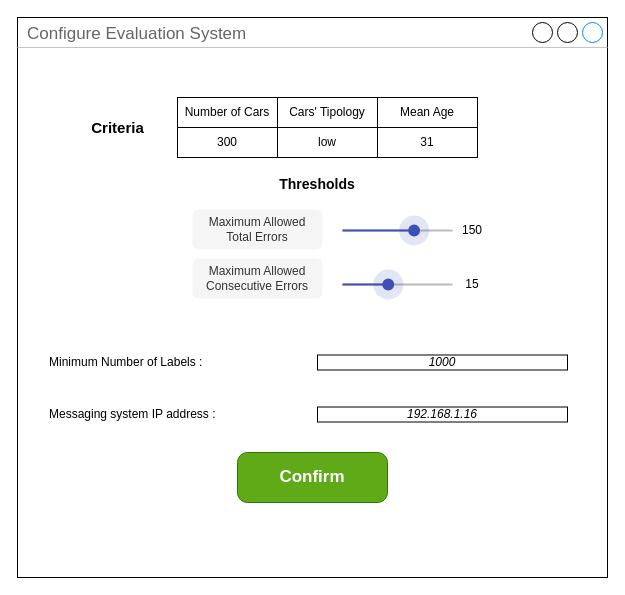
Earlier version of the draw.io diagram configure/evaluation system (JACO)/evaluation_system.drawio (BaffoBello14/AutomaticDamagesRecognition). Source tidied: cells renumbered, new cells numbered last; positions are measured from the earlier drawing's top-left corner, leaving out a move shared by most shapes. Both pictures are drawn from the tidied source at 100%, with x=0, y=0 at pixel (17, 17).
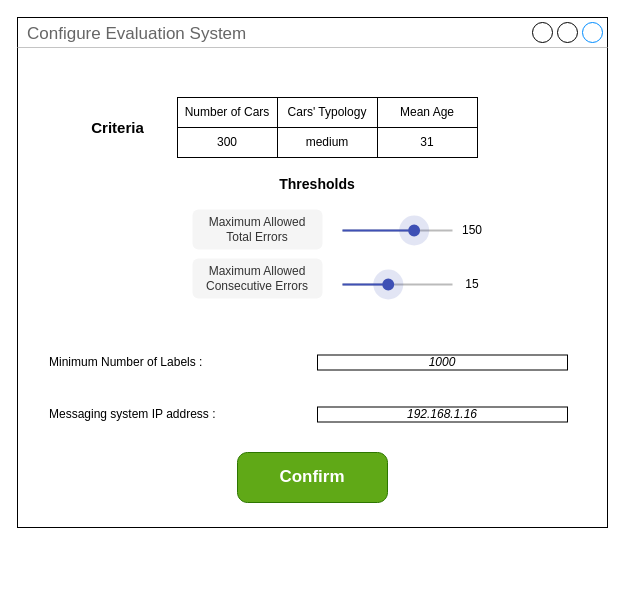
Above is the later version.

Unchanged cells that the change refers to:
```xml
<mxCell id="14" style="group;" parent="13" vertex="1">
  <mxGeometry x="100" width="300" height="60" as="geometry" />
</mxCell>
```

The edit, as a diff of the source:
```diff
@@
     <mxCell id="2" value="Configure Evaluation System" style="strokeWidth=1;shadow=0;dashed=0;align=center;html=1;shape=mxgraph.mockup.containers.window;align=left;verticalAlign=top;spacingLeft=8;strokeColor2=#008cff;strokeColor3=#c4c4c4;fontColor=#666666;mainText=;fontSize=17;labelBackgroundColor=none;whiteSpace=wrap;" parent="1" vertex="1">
-      <mxGeometry width="590" height="560" as="geometry" />
+      <mxGeometry width="590" height="510" as="geometry" />
     </mxCell>
@@
-    <mxCell id="16" value="Cars' Tipology" style="whiteSpace=wrap;html=1;" parent="14" vertex="1">
+    <mxCell id="16" value="Cars' Typology" style="whiteSpace=wrap;html=1;" parent="14" vertex="1">
       <mxGeometry x="100" width="100" height="30" as="geometry" />
     </mxCell>
@@
-    <mxCell id="19" value="low" style="whiteSpace=wrap;html=1;" parent="14" vertex="1">
+    <mxCell id="19" value="medium" style="whiteSpace=wrap;html=1;" parent="14" vertex="1">
       <mxGeometry x="100" y="30" width="100" height="30" as="geometry" />
     </mxCell>
```
